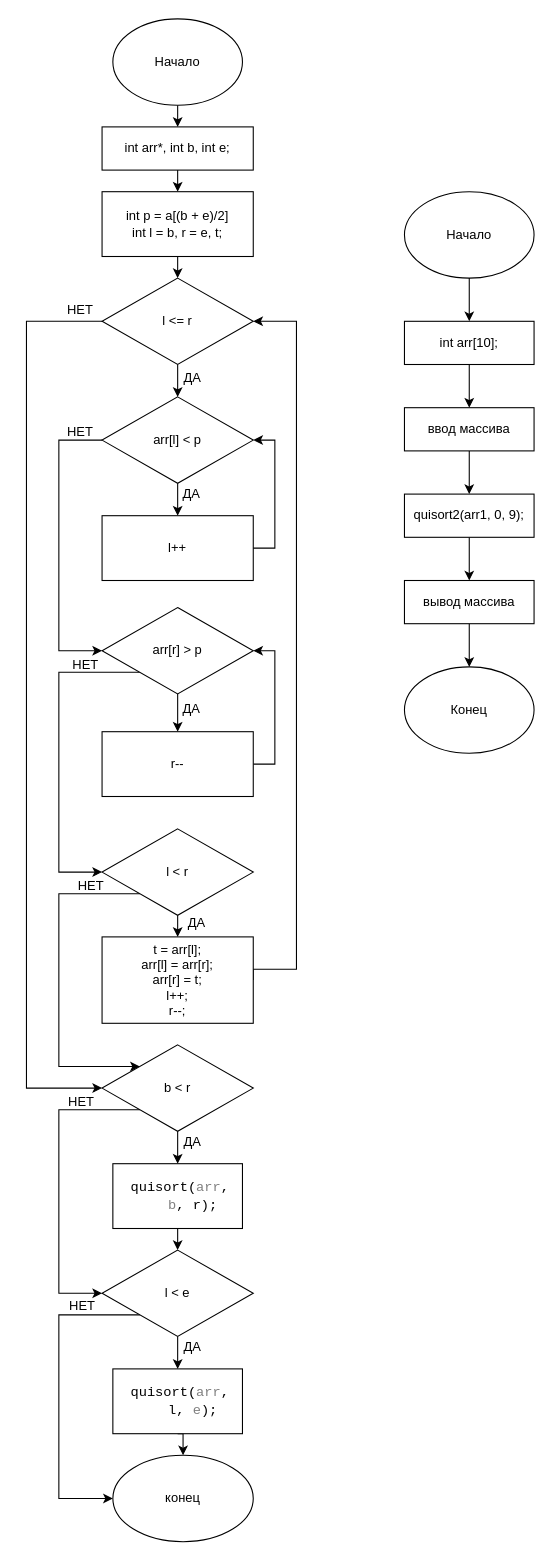
The draw.io diagram Lab 1/Лаб16-17.drawio in b8enly/Alg, before the edit. Source tidied: cells renumbered, new cells numbered last; positions are measured from the earlier drawing's top-left corner, leaving out a move shared by most shapes. Both pictures are drawn from the tidied source at 108%, with x=0, y=0 at pixel (26, 18).
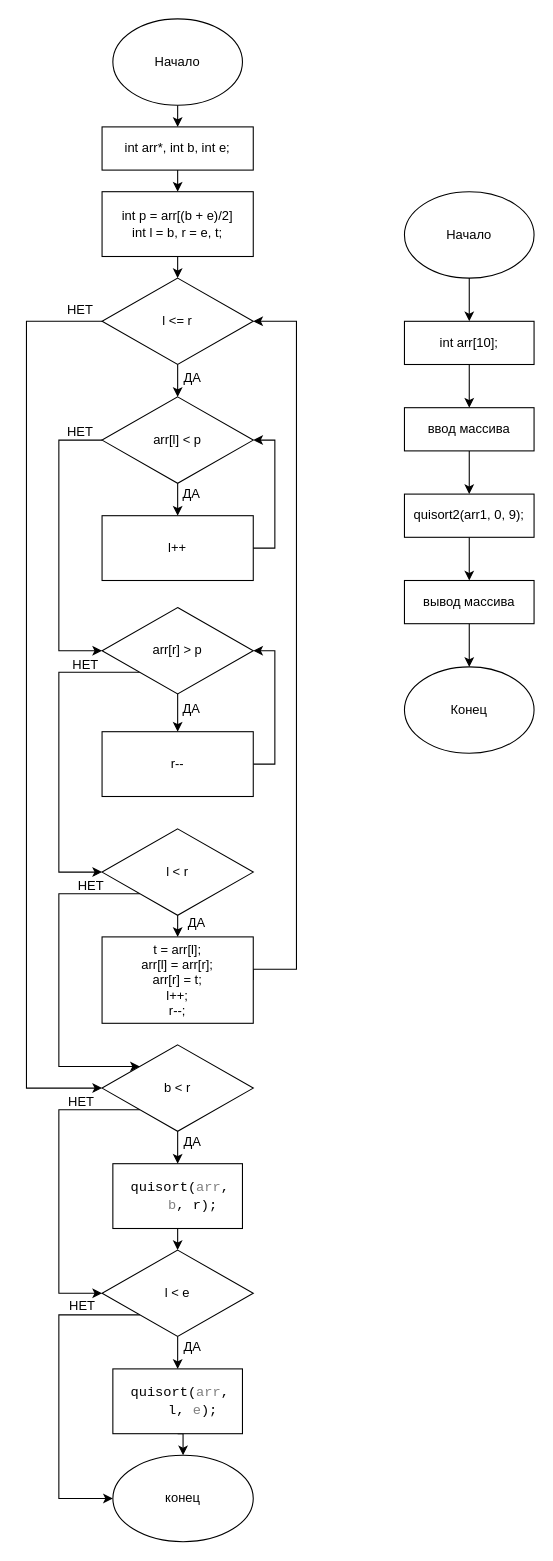
The same page after the edit.

Diff of the diagram source:
```diff
@@
-    <mxCell id="35" value="int p = a[(b + e)/2]&lt;br&gt;int l = b, r = e, t;" style="text;html=1;strokeColor=none;fillColor=none;align=center;verticalAlign=middle;whiteSpace=wrap;rounded=0;" parent="1" vertex="1">
+    <mxCell id="35" value="int p = arr[(b + e)/2]&lt;br&gt;int l = b, r = e, t;" style="text;html=1;strokeColor=none;fillColor=none;align=center;verticalAlign=middle;whiteSpace=wrap;rounded=0;" parent="1" vertex="1">
       <mxGeometry x="70" y="160" width="140" height="60" as="geometry" />
     </mxCell>
```
